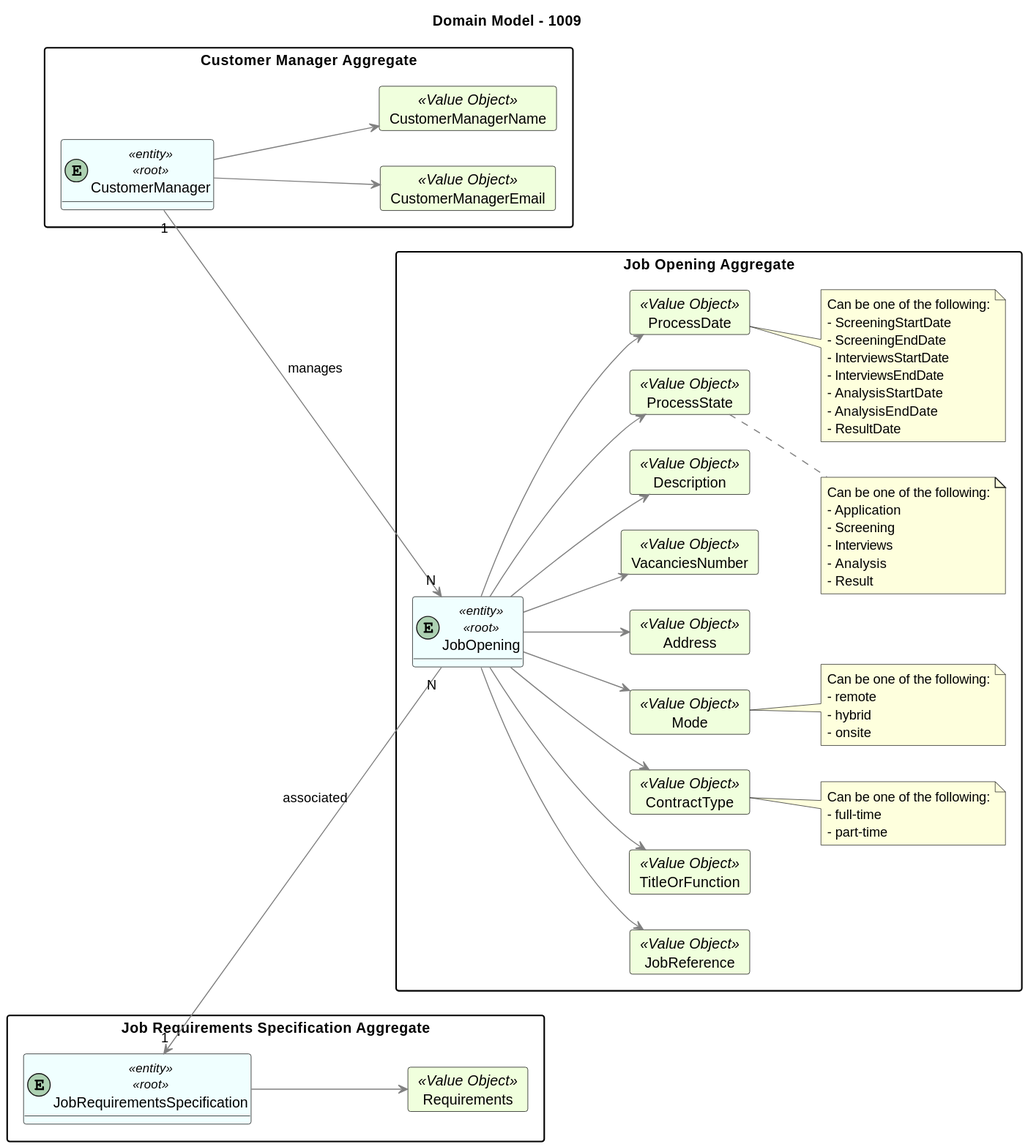
MiguelCardoso77/LAPR4 keeps this PlantUML diagram as docs/SprintB/1009/1009-domain-model.svg. Above is the earlier version.
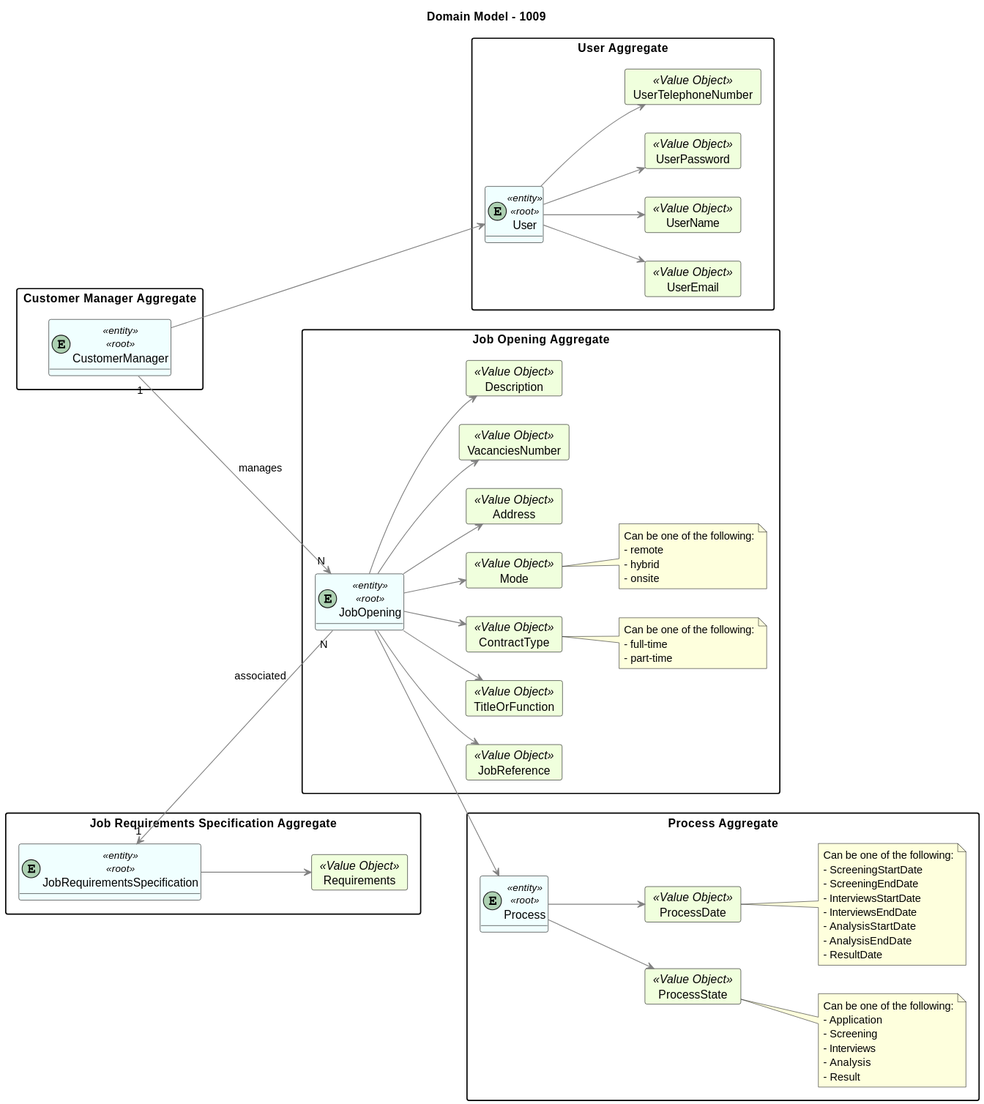
After the commit.

Commit message:
Adding the Domain Model and the System sequence Diagram for the us1009 #21

The edit, as a diff of the source:
```diff
@@ -22,16 +22,28 @@
     BorderColor Black
 }
 
+package "User Aggregate"{
+entity User <<entity>><<root>>
+
+    card UserEmail <<Value Object>> {
+    }
+    card UserName <<Value Object>> {
+    }
+    card UserPassword <<Value Object>> {
+    }
+    card UserTelephoneNumber <<Value Object>> {
+    }
+
+    User --> UserEmail
+    User --> UserName
+    User --> UserTelephoneNumber
+    User --> UserPassword
+
+}
+
 package "Customer Manager Aggregate"{
 entity CustomerManager <<entity>><<root>>
 
-    card CustomerManagerEmail <<Value Object>> {
-    }
-    card CustomerManagerName <<Value Object>> {
-    }
-
-    CustomerManager --> CustomerManagerEmail
-    CustomerManager --> CustomerManagerName
 }
 
 package "Job Opening Aggregate"{
@@ -51,10 +63,6 @@
     }
     card Description <<Value Object>> {
     }
-    card ProcessState <<Value Object>> {
-    }
-    card ProcessDate <<Value Object>> {
-    }
 
     JobOpening --> JobReference
     JobOpening --> TitleOrFunction
@@ -63,8 +71,6 @@
     JobOpening --> Address
     JobOpening --> VacanciesNumber
     JobOpening --> Description
-    JobOpening --> ProcessState
-    JobOpening --> ProcessDate
 
     note right of ContractType
         Can be one of the following:
@@ -79,25 +85,39 @@
          - onsite
     end note
 
+}
+
+package "Process Aggregate"{
+entity Process <<entity>><<root>>
+
+    card ProcessState <<Value Object>> {
+    }
+    card ProcessDate <<Value Object>> {
+    }
+
+    Process --> ProcessState
+    Process --> ProcessDate
+
     note right of ProcessDate
-                  Can be one of the following:
-                  - ScreeningStartDate
-                  - ScreeningEndDate
-                  - InterviewsStartDate
-                  - InterviewsEndDate
-                  - AnalysisStartDate
-                  - AnalysisEndDate
-                  - ResultDate
+        Can be one of the following:
+        - ScreeningStartDate
+        - ScreeningEndDate
+        - InterviewsStartDate
+        - InterviewsEndDate
+        - AnalysisStartDate
+        - AnalysisEndDate
+        - ResultDate
     end note
 
     note right of ProcessState
-            Can be one of the following:
-            - Application
-            - Screening
-            - Interviews
-            - Analysis
-            - Result
+        Can be one of the following:
+        - Application
+        - Screening
+        - Interviews
+        - Analysis
+        - Result
     end note
+
 }
 
 package "Job Requirements Specification Aggregate"{
@@ -111,5 +131,9 @@
 }
 
 JobRequirementsSpecification "1" <-- "N" JobOpening : associated
+
 CustomerManager "1" --> "N" JobOpening : manages
+CustomerManager ---> User
+
+JobOpening --> Process
 @enduml
```
